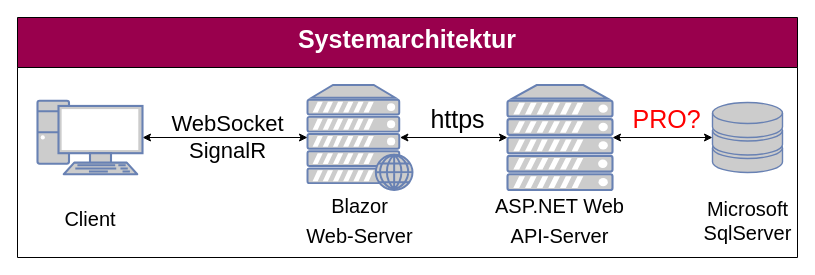
Above: page "3-Tier" (4 of 6) of Parlivote.Shared/Documentation/Untitled Diagram.drawio in schnickalodeon/Parlivote (draw.io), before the change. Source tidied: cells renumbered, new cells numbered last; positions are measured from the earlier drawing's top-left corner, leaving out a move shared by most shapes. Both pictures are drawn from the tidied source at 100%, with x=0, y=0 at pixel (17, 17).
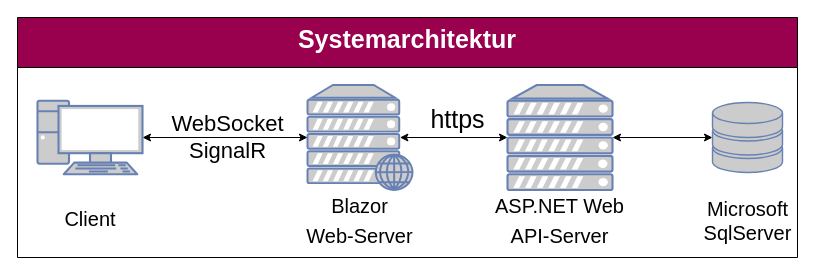
The same page after the edit.

Diff of the diagram source:
```diff
@@
 <mxGraphModel>
   <root>
     <mxCell id="0" />
     <mxCell id="1" parent="0" />
     <mxCell id="2" value="Systemarchitektur&#10;" style="swimlane;fontSize=25;fontColor=#FFFFFF;strokeColor=#000000;strokeWidth=1;fillColor=#99004D;startSize=50;verticalAlign=top;" parent="1" vertex="1">
       <mxGeometry width="780" height="240" as="geometry" />
     </mxCell>
     <mxCell id="3" style="edgeStyle=orthogonalEdgeStyle;rounded=0;jettySize=auto;html=1;entryX=0;entryY=0.5;entryDx=0;entryDy=0;entryPerimeter=0;fontSize=25;fontColor=#990099;startArrow=classic;startFill=1;strokeColor=#000000;strokeWidth=1;exitX=0.88;exitY=0.5;exitDx=0;exitDy=0;exitPerimeter=0;" parent="2" edge="1" source="4" target="7">
       <mxGeometry relative="1" as="geometry" />
     </mxCell>
     <mxCell id="4" style="fontColor=#0066CC;verticalAlign=top;verticalLabelPosition=bottom;labelPosition=center;align=center;html=1;outlineConnect=0;fillColor=#CCCCCC;strokeColor=#6881B3;gradientColor=none;gradientDirection=north;strokeWidth=2;shape=mxgraph.networks.web_server;fontSize=25;" parent="2" vertex="1">
       <mxGeometry x="290" y="67.5" width="105" height="105" as="geometry" />
     </mxCell>
     <mxCell id="5" style="edgeStyle=orthogonalEdgeStyle;rounded=0;jettySize=auto;html=1;exitX=1;exitY=0.5;exitDx=0;exitDy=0;exitPerimeter=0;entryX=0;entryY=0.5;entryDx=0;entryDy=0;entryPerimeter=0;fontSize=25;fontColor=#990099;startArrow=classic;startFill=1;strokeColor=#000000;strokeWidth=1;" parent="2" edge="1" source="7" target="10">
       <mxGeometry relative="1" as="geometry" />
     </mxCell>
-    <mxCell id="6" value="&lt;font&gt;PRO?&lt;/font&gt;" style="edgeLabel;html=1;align=center;verticalAlign=middle;fontSize=25;fontColor=#FF0000;labelBackgroundColor=none;" parent="5" vertex="1">
-      <mxGeometry x="-0.15" y="1" relative="1" as="geometry">
-        <mxPoint x="10" y="-19" as="offset" />
-      </mxGeometry>
-    </mxCell>
     <mxCell id="7" style="fontColor=#0066CC;verticalAlign=top;verticalLabelPosition=bottom;labelPosition=center;align=center;html=1;outlineConnect=0;fillColor=#CCCCCC;strokeColor=#6881B3;gradientColor=none;gradientDirection=north;strokeWidth=2;shape=mxgraph.networks.server;fontSize=25;" parent="2" vertex="1">
       <mxGeometry x="490" y="67.5" width="105" height="105" as="geometry" />
     </mxCell>
     <mxCell id="8" style="edgeStyle=orthogonalEdgeStyle;rounded=0;jettySize=auto;html=1;fontSize=25;fontColor=#990099;strokeColor=#000000;strokeWidth=1;startArrow=classic;startFill=1;" parent="2" edge="1" source="9" target="4">
       <mxGeometry relative="1" as="geometry" />
     </mxCell>
     <mxCell id="9" style="fontColor=#0066CC;verticalAlign=top;verticalLabelPosition=bottom;labelPosition=center;align=center;html=1;outlineConnect=0;fillColor=#CCCCCC;strokeColor=#6881B3;gradientColor=none;gradientDirection=north;strokeWidth=2;shape=mxgraph.networks.pc;fontSize=25;" parent="2" vertex="1">
       <mxGeometry x="20" y="83.2" width="105" height="73.5" as="geometry" />
     </mxCell>
     <mxCell id="10" style="fontColor=#0066CC;verticalAlign=top;verticalLabelPosition=bottom;labelPosition=center;align=center;html=1;outlineConnect=0;fillColor=#CCCCCC;strokeColor=#6881B3;gradientColor=none;gradientDirection=north;strokeWidth=2;shape=mxgraph.networks.storage;fontSize=25;" parent="2" vertex="1">
       <mxGeometry x="695" y="85" width="70" height="70" as="geometry" />
     </mxCell>
     <mxCell id="11" value="&lt;font color=&quot;#000000&quot;&gt;https&lt;/font&gt;" style="text;html=1;align=center;verticalAlign=middle;strokeColor=none;fillColor=none;fontSize=25;fontColor=#990099;" parent="2" vertex="1">
       <mxGeometry x="405" y="81" width="70" height="40" as="geometry" />
     </mxCell>
     <mxCell id="12" value="WebSocket&lt;br style=&quot;font-size: 22px;&quot;&gt;SignalR" style="text;html=1;align=center;verticalAlign=middle;strokeColor=none;fillColor=none;fontSize=22;fontColor=#000000;" parent="2" vertex="1">
       <mxGeometry x="145" y="90.2" width="130" height="60" as="geometry" />
     </mxCell>
     <mxCell id="13" value="&lt;font style=&quot;font-size: 20px;&quot;&gt;Client&lt;/font&gt;" style="text;html=1;strokeColor=none;fillColor=none;align=center;verticalAlign=middle;whiteSpace=wrap;rounded=0;labelBackgroundColor=none;fontSize=20;fontColor=none;" parent="2" vertex="1">
       <mxGeometry x="32.5" y="185.5" width="80" height="30" as="geometry" />
     </mxCell>
     <mxCell id="14" value="&lt;font style=&quot;font-size: 20px;&quot;&gt;Blazor&lt;br&gt;Web-Server&lt;/font&gt;" style="text;html=1;strokeColor=none;fillColor=none;align=center;verticalAlign=middle;whiteSpace=wrap;rounded=0;labelBackgroundColor=none;fontSize=25;fontColor=none;" parent="2" vertex="1">
       <mxGeometry x="246.2" y="173.5" width="192.5" height="54" as="geometry" />
     </mxCell>
     <mxCell id="15" value="&lt;font style=&quot;font-size: 20px;&quot;&gt;ASP.NET Web &lt;br&gt;API-Server&lt;/font&gt;" style="text;html=1;strokeColor=none;fillColor=none;align=center;verticalAlign=middle;whiteSpace=wrap;rounded=0;labelBackgroundColor=none;fontSize=25;fontColor=none;" parent="2" vertex="1">
       <mxGeometry x="452.8" y="170.5" width="179.4" height="60" as="geometry" />
     </mxCell>
     <mxCell id="16" value="Microsoft&lt;br&gt;SqlServer" style="text;html=1;align=center;verticalAlign=middle;strokeColor=none;fillColor=none;fontSize=20;fontColor=none;" parent="2" vertex="1">
       <mxGeometry x="680" y="177.5" width="100" height="50" as="geometry" />
     </mxCell>
   </root>
 </mxGraphModel>
```
